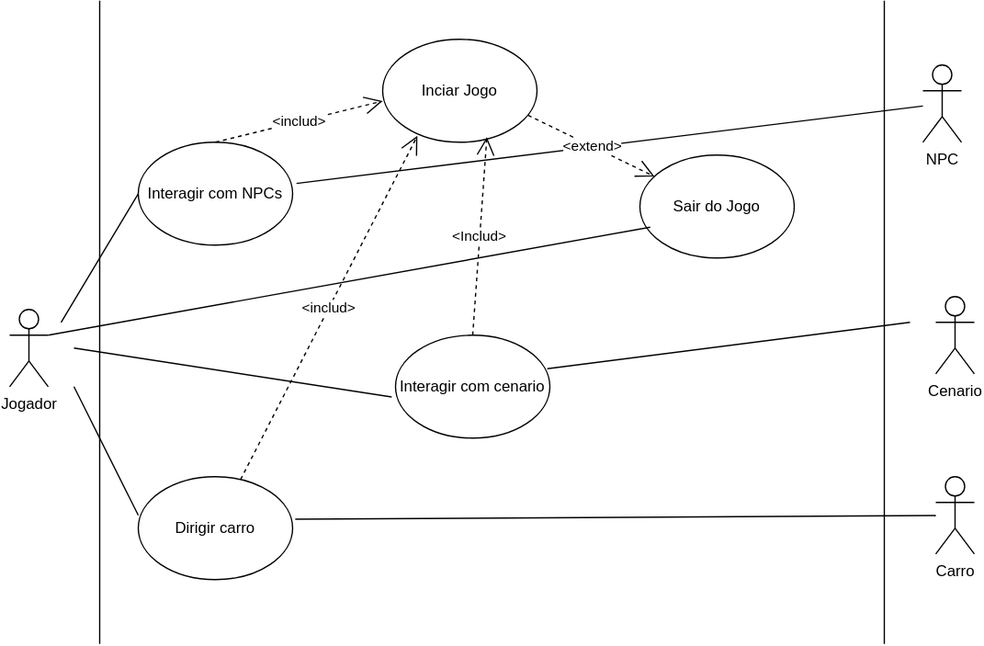
Above: diagramas/Diagrama caso de uso canvas.drawio.svg in lucasnoelgb/2jdprojetomusica (draw.io), before the change. Source tidied: cells renumbered, new cells last; positions are measured from the earlier drawing's top-left corner, leaving out a move shared by most shapes.
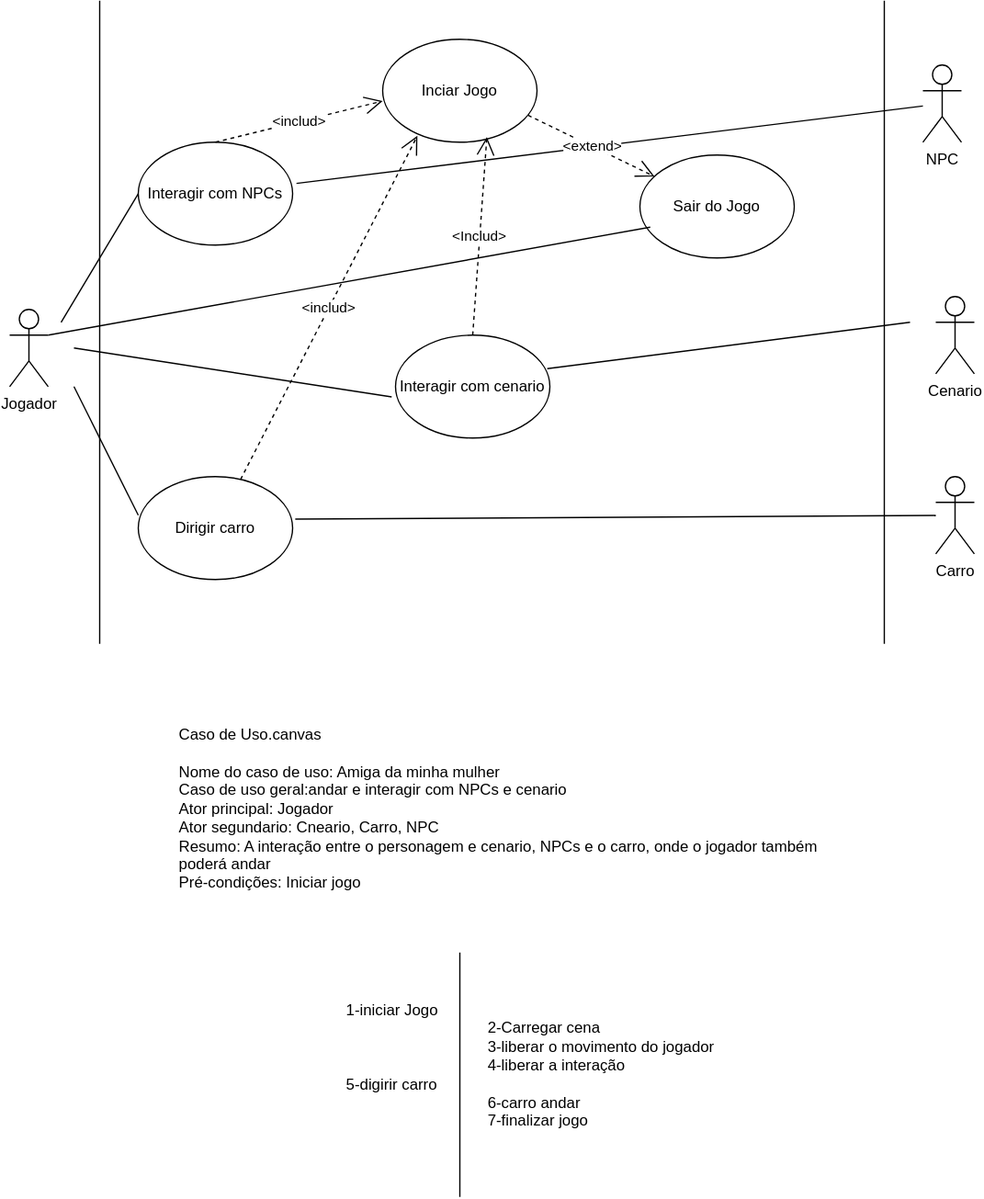
Above is the later version.

Commit message:
adicionando documentção

Change to the diagram source:
```diff
@@ -82,5 +82,17 @@
     <mxCell id="23" value="&amp;lt;extend&amp;gt;" style="endArrow=open;endSize=12;dashed=1;html=1;rounded=0;exitX=0.942;exitY=0.738;exitDx=0;exitDy=0;exitPerimeter=0;" parent="1" edge="1" source="6" target="7">
       <mxGeometry x="0.01" relative="1" as="geometry" />
     </mxCell>
+    <mxCell id="24" value="&lt;div&gt;Caso de Uso.canvas&lt;/div&gt;&lt;div&gt;&lt;br&gt;&lt;/div&gt;&lt;div&gt;Nome do caso de uso: Amiga da minha mulher&lt;/div&gt;&lt;div&gt;Caso de uso geral:andar e interagir com NPCs e cenario&lt;/div&gt;&lt;div&gt;Ator principal: Jogador&lt;/div&gt;&lt;div&gt;Ator segundario: Cneario, Carro, NPC&lt;/div&gt;&lt;div&gt;Resumo: A interação entre o personagem e cenario, NPCs e o carro, onde o jogador também poderá andar&lt;/div&gt;&lt;div&gt;Pré-condições: Iniciar jogo&lt;/div&gt;&lt;div&gt;&lt;br&gt;&lt;/div&gt;&lt;div&gt;&lt;br&gt;&lt;/div&gt;&lt;div style=&quot;text-align: center;&quot;&gt;&lt;br&gt;&lt;/div&gt;" style="text;html=1;strokeColor=none;fillColor=none;align=left;verticalAlign=middle;whiteSpace=wrap;rounded=0;" parent="1" vertex="1">
+      <mxGeometry x="130" y="580" width="500" height="140" as="geometry" />
+    </mxCell>
+    <mxCell id="25" value="&lt;div style=&quot;border-color: var(--border-color);&quot;&gt;1-iniciar Jogo&lt;/div&gt;&lt;div style=&quot;border-color: var(--border-color);&quot;&gt;&lt;span style=&quot;white-space: pre;&quot;&gt;&amp;nbsp;&amp;nbsp;&amp;nbsp;&amp;nbsp;&lt;/span&gt;&lt;span style=&quot;border-color: var(--border-color);&quot;&gt;&lt;span style=&quot;white-space: pre;&quot;&gt;&amp;nbsp;&amp;nbsp;&amp;nbsp;&amp;nbsp;&lt;/span&gt;&lt;/span&gt;&lt;span style=&quot;border-color: var(--border-color);&quot;&gt;&lt;span style=&quot;white-space: pre;&quot;&gt;&amp;nbsp;&amp;nbsp;&amp;nbsp;&amp;nbsp;&lt;/span&gt;&lt;/span&gt;&lt;span style=&quot;border-color: var(--border-color);&quot;&gt;&lt;span style=&quot;white-space: pre;&quot;&gt;&amp;nbsp;&amp;nbsp;&amp;nbsp;&amp;nbsp;&lt;/span&gt;&lt;/span&gt;&lt;span style=&quot;border-color: var(--border-color);&quot;&gt;&lt;span style=&quot;white-space: pre;&quot;&gt;&amp;nbsp;&amp;nbsp;&amp;nbsp;&amp;nbsp;&lt;span style=&quot;white-space: pre;&quot;&gt;&#9;&lt;span style=&quot;white-space: pre;&quot;&gt;&#9;&lt;/span&gt; &lt;/span&gt;&lt;/span&gt;&lt;/span&gt;2-Carregar cena&lt;span style=&quot;border-color: var(--border-color);&quot;&gt;&lt;/span&gt;&lt;/div&gt;&lt;div style=&quot;border-color: var(--border-color);&quot;&gt;&lt;span style=&quot;border-color: var(--border-color);&quot;&gt;&lt;span style=&quot;border-color: var(--border-color);&quot;&gt;&lt;span style=&quot;border-color: var(--border-color);&quot;&gt;&amp;nbsp;&amp;nbsp;&amp;nbsp;&amp;nbsp;&lt;/span&gt;&lt;span style=&quot;border-color: var(--border-color);&quot;&gt;&amp;nbsp;&amp;nbsp;&amp;nbsp;&amp;nbsp;&lt;/span&gt;&lt;span style=&quot;border-color: var(--border-color);&quot;&gt;&amp;nbsp;&amp;nbsp;&amp;nbsp;&amp;nbsp;&lt;span style=&quot;border-color: var(--border-color);&quot;&gt;&lt;span style=&quot;white-space: pre;&quot;&gt;&amp;nbsp;&amp;nbsp;&amp;nbsp;&amp;nbsp;&lt;/span&gt;&lt;/span&gt;&lt;span style=&quot;border-color: var(--border-color);&quot;&gt;&lt;span style=&quot;white-space: pre;&quot;&gt;&amp;nbsp;&amp;nbsp;&amp;nbsp;&amp;nbsp;&lt;/span&gt;&lt;/span&gt;&lt;span style=&quot;border-color: var(--border-color);&quot;&gt;&lt;span style=&quot;white-space: pre;&quot;&gt;&amp;nbsp;&amp;nbsp;&amp;nbsp;&amp;nbsp;&lt;/span&gt;&lt;/span&gt;&lt;span style=&quot;border-color: var(--border-color);&quot;&gt;&lt;span style=&quot;white-space: pre;&quot;&gt;&amp;nbsp;&amp;nbsp;&amp;nbsp;&lt;span style=&quot;white-space: pre;&quot;&gt;&#9;&lt;/span&gt;&amp;nbsp;&lt;/span&gt;&lt;/span&gt;&lt;/span&gt;&lt;/span&gt;3-liberar o movimento do jogador&lt;/span&gt;&lt;/div&gt;&lt;div style=&quot;border-color: var(--border-color);&quot;&gt;&lt;span style=&quot;border-color: var(--border-color);&quot;&gt;&lt;span style=&quot;border-color: var(--border-color);&quot;&gt;&lt;span style=&quot;border-color: var(--border-color);&quot;&gt;&amp;nbsp;&amp;nbsp;&amp;nbsp;&amp;nbsp;&lt;/span&gt;&lt;span style=&quot;border-color: var(--border-color);&quot;&gt;&amp;nbsp;&amp;nbsp;&amp;nbsp;&amp;nbsp;&lt;/span&gt;&lt;span style=&quot;border-color: var(--border-color);&quot;&gt;&amp;nbsp;&amp;nbsp;&lt;span style=&quot;border-color: var(--border-color);&quot;&gt;&lt;span style=&quot;white-space: pre;&quot;&gt;&amp;nbsp;&amp;nbsp;&amp;nbsp;&amp;nbsp;&lt;/span&gt;&lt;/span&gt;&lt;span style=&quot;border-color: var(--border-color);&quot;&gt;&lt;span style=&quot;white-space: pre;&quot;&gt;&amp;nbsp;&amp;nbsp;&amp;nbsp;&amp;nbsp;&lt;/span&gt;&lt;/span&gt;&lt;span style=&quot;border-color: var(--border-color);&quot;&gt;&lt;span style=&quot;white-space: pre;&quot;&gt;&amp;nbsp;&amp;nbsp;&amp;nbsp;&amp;nbsp;&lt;/span&gt;&lt;/span&gt;&lt;span style=&quot;border-color: var(--border-color);&quot;&gt;&lt;span style=&quot;white-space: pre;&quot;&gt;&amp;nbsp;&amp;nbsp;&amp;nbsp;&amp;nbsp;&lt;span style=&quot;white-space: pre;&quot;&gt;&#9;&lt;/span&gt;&lt;/span&gt;&lt;/span&gt;&amp;nbsp;&lt;/span&gt;&lt;/span&gt;4-liberar a interação&lt;/span&gt;&lt;/div&gt;&lt;div style=&quot;border-color: var(--border-color);&quot;&gt;5-digirir carro&lt;/div&gt;&lt;div style=&quot;border-color: var(--border-color);&quot;&gt;&lt;span style=&quot;border-color: var(--border-color);&quot;&gt;&lt;span style=&quot;border-color: var(--border-color);&quot;&gt;&lt;span style=&quot;border-color: var(--border-color);&quot;&gt;&amp;nbsp;&amp;nbsp;&amp;nbsp;&amp;nbsp;&lt;/span&gt;&lt;span style=&quot;border-color: var(--border-color);&quot;&gt;&amp;nbsp;&amp;nbsp;&amp;nbsp;&amp;nbsp;&lt;/span&gt;&lt;span style=&quot;border-color: var(--border-color);&quot;&gt;&amp;nbsp;&amp;nbsp;&lt;span style=&quot;border-color: var(--border-color);&quot;&gt;&lt;span style=&quot;white-space: pre;&quot;&gt;&amp;nbsp;&amp;nbsp;&amp;nbsp;&amp;nbsp;&lt;/span&gt;&lt;/span&gt;&lt;span style=&quot;border-color: var(--border-color);&quot;&gt;&lt;span style=&quot;white-space: pre;&quot;&gt;&amp;nbsp;&amp;nbsp;&amp;nbsp;&amp;nbsp;&lt;/span&gt;&lt;/span&gt;&lt;span style=&quot;border-color: var(--border-color);&quot;&gt;&lt;span style=&quot;white-space: pre;&quot;&gt;&amp;nbsp;&amp;nbsp;&amp;nbsp;&amp;nbsp;&lt;/span&gt;&lt;/span&gt;&lt;span style=&quot;border-color: var(--border-color);&quot;&gt;&lt;span style=&quot;white-space: pre;&quot;&gt;&amp;nbsp;&amp;nbsp;&amp;nbsp;&amp;nbsp;&lt;span style=&quot;white-space: pre;&quot;&gt;&#9;&lt;/span&gt;&lt;/span&gt;&lt;/span&gt;&amp;nbsp;&lt;/span&gt;&lt;/span&gt;6-carro andar&lt;/span&gt;&lt;/div&gt;&lt;div style=&quot;border-color: var(--border-color);&quot;&gt;&lt;span style=&quot;border-color: var(--border-color);&quot;&gt;&lt;span style=&quot;border-color: var(--border-color);&quot;&gt;&lt;span style=&quot;border-color: var(--border-color);&quot;&gt;&amp;nbsp;&amp;nbsp;&amp;nbsp;&amp;nbsp;&lt;/span&gt;&lt;span style=&quot;border-color: var(--border-color);&quot;&gt;&amp;nbsp;&amp;nbsp;&amp;nbsp;&amp;nbsp;&lt;/span&gt;&lt;span style=&quot;border-color: var(--border-color);&quot;&gt;&amp;nbsp;&amp;nbsp;&lt;span style=&quot;border-color: var(--border-color);&quot;&gt;&lt;span style=&quot;white-space: pre;&quot;&gt;&amp;nbsp;&amp;nbsp;&amp;nbsp;&amp;nbsp;&lt;/span&gt;&lt;/span&gt;&lt;span style=&quot;border-color: var(--border-color);&quot;&gt;&lt;span style=&quot;white-space: pre;&quot;&gt;&amp;nbsp;&amp;nbsp;&amp;nbsp;&amp;nbsp;&lt;/span&gt;&lt;/span&gt;&lt;span style=&quot;border-color: var(--border-color);&quot;&gt;&lt;span style=&quot;white-space: pre;&quot;&gt;&amp;nbsp;&amp;nbsp;&amp;nbsp;&amp;nbsp;&lt;/span&gt;&lt;/span&gt;&lt;span style=&quot;border-color: var(--border-color);&quot;&gt;&lt;span style=&quot;white-space: pre;&quot;&gt;&amp;nbsp;&amp;nbsp;&amp;nbsp;&amp;nbsp;&lt;span style=&quot;white-space: pre;&quot;&gt;&#9;&lt;/span&gt;&lt;/span&gt;&lt;/span&gt;&amp;nbsp;&lt;/span&gt;&lt;/span&gt;7-finalizar jogo&lt;/span&gt;&lt;/div&gt;&lt;div style=&quot;border-color: var(--border-color);&quot;&gt;&lt;br style=&quot;border-color: var(--border-color);&quot;&gt;&lt;/div&gt;" style="text;html=1;strokeColor=none;fillColor=none;align=left;verticalAlign=middle;whiteSpace=wrap;rounded=0;" parent="1" vertex="1">
+      <mxGeometry x="260" y="750" width="290" height="170" as="geometry" />
+    </mxCell>
+    <mxCell id="26" style="endArrow=none;html=1;rounded=0;" parent="1" edge="1">
+      <mxGeometry relative="1" as="geometry">
+        <mxPoint x="350" y="930" as="sourcePoint" />
+        <mxPoint x="350" y="740" as="targetPoint" />
+      </mxGeometry>
+    </mxCell>
   </root>
 </mxGraphModel>
```
